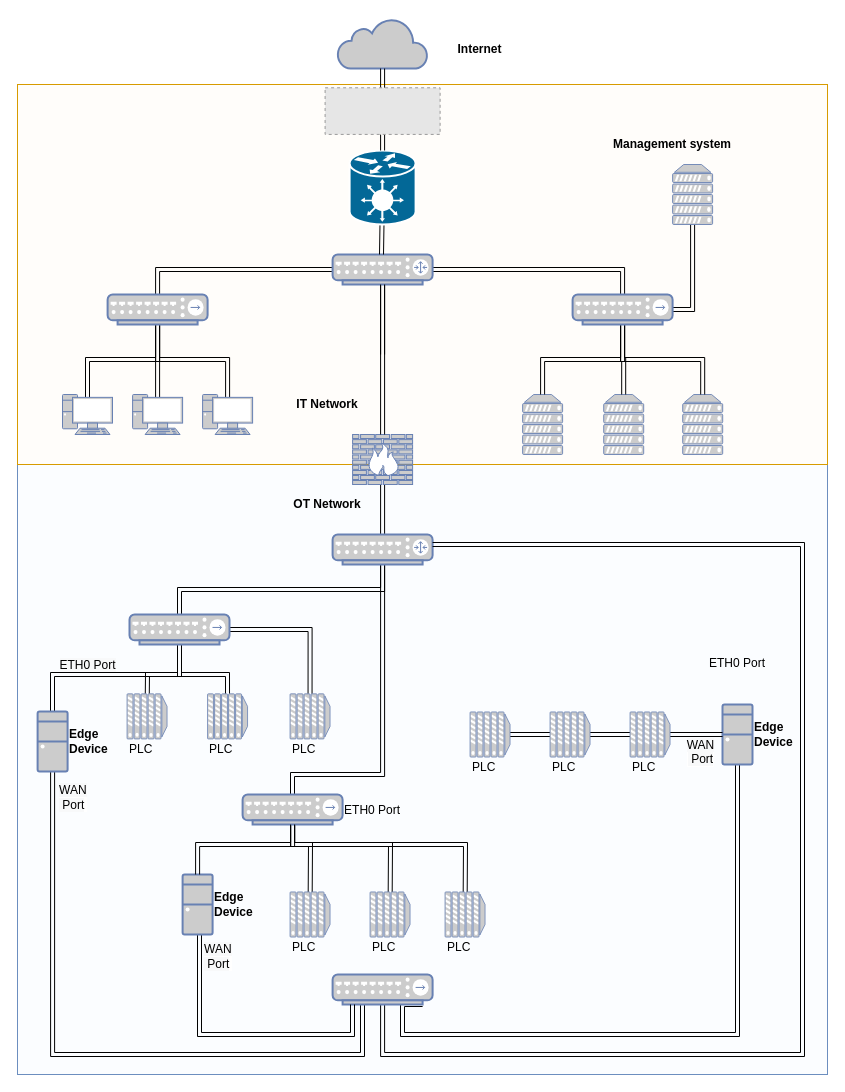
This is Network_Physical.drawio from manymiles/Draw_IO_Diagrams, a draw.io file, before an edit. Source tidied: cells renumbered, new cells numbered last; positions are measured from the earlier drawing's top-left corner, leaving out a move shared by most shapes. Both pictures are drawn from the tidied source at 100%, with x=0, y=0 at pixel (17, 18). Pictures stored in the file or linked from it are replaced by grey dashed boxes.
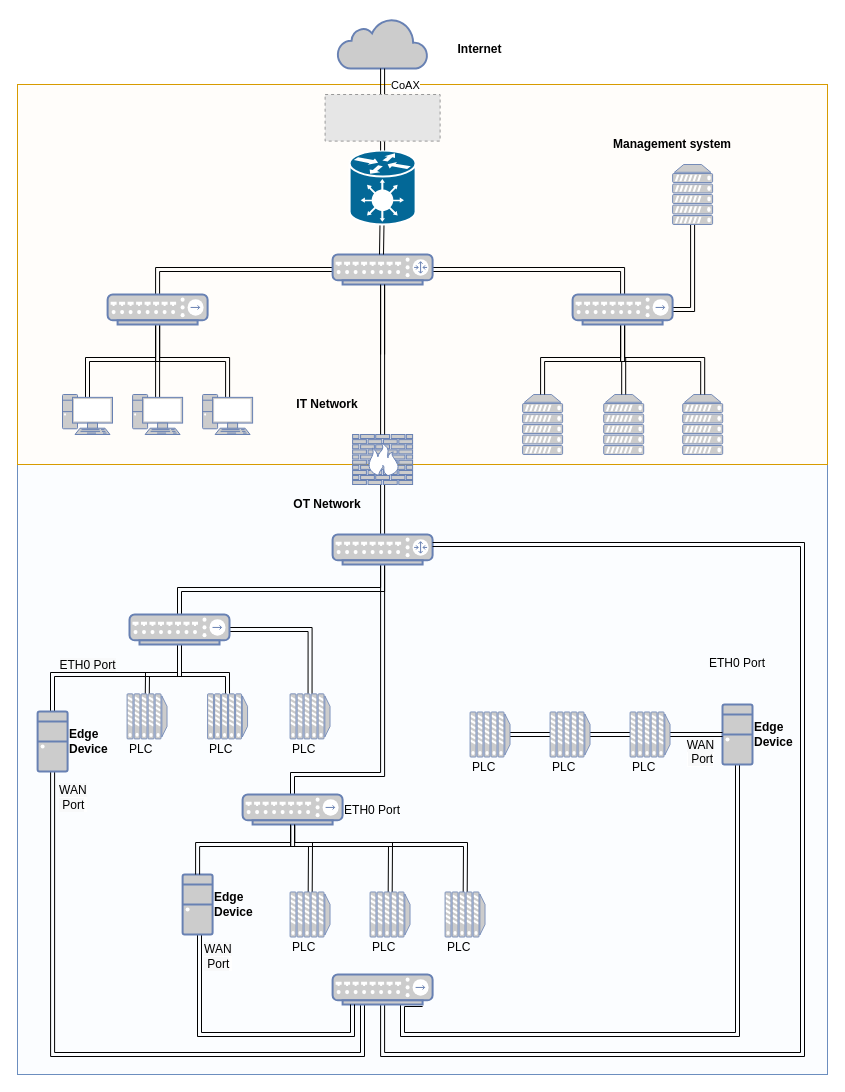
Above is the later version.

Commit message:
coax label

Unchanged cells that the change refers to:
```xml
<mxCell id="52" style="outlineConnect=0;fillColor=#CCCCCC;strokeColor=#6881B3;gradientColor=none;gradientDirection=north;strokeWidth=2;shape=mxgraph.networks.cloud;fontColor=#ffffff;" parent="1" vertex="1">
  <mxGeometry x="320.1" width="90" height="50" as="geometry" />
</mxCell>
```

Diff of the diagram source:
```diff
@@
-    <mxCell id="3" style="rounded=0;whiteSpace=wrap;fillOpacity=10;fillColor=#ffe6cc;strokeColor=#d79b00;" parent="1" vertex="1">
+    <mxCell id="3" style="rounded=0;whiteSpace=wrap;fillOpacity=10;fillColor=#ffe6cc;strokeColor=#d79b00;fontColor=default;" parent="1" vertex="1">
       <mxGeometry y="66" width="810" height="380" as="geometry" />
     </mxCell>
@@
-    <mxCell id="73" style="shape=link;html=1;rounded=0;" parent="1" edge="1" source="52" target="74">
+    <mxCell id="73" style="shape=link;html=1;rounded=0;labelPosition=right;verticalLabelPosition=middle;align=left;verticalAlign=middle;" parent="1" edge="1" source="52" target="74">
       <mxGeometry relative="1" as="geometry" />
     </mxCell>
+    <mxCell id="75" value="CoAX" style="edgeLabel;html=1;align=left;verticalAlign=middle;fontColor=default;labelPosition=right;verticalLabelPosition=middle;" parent="73" vertex="1">
+      <mxGeometry x="0.29" y="2" relative="1" as="geometry">
+        <mxPoint x="5" y="-1" as="offset" />
+      </mxGeometry>
+    </mxCell>
     <mxCell id="74" style="fillColor=#E6E6E6;strokeColor=#999999;dashed=1;verticalLabelPosition=bottom;labelBackgroundColor=default;verticalAlign=top;" parent="1" vertex="1">
-      <mxGeometry x="307.6" y="69.3" width="115" height="46.6" as="geometry" />
+      <mxGeometry x="307.6" y="76" width="115" height="46.6" as="geometry" />
     </mxCell>
```
